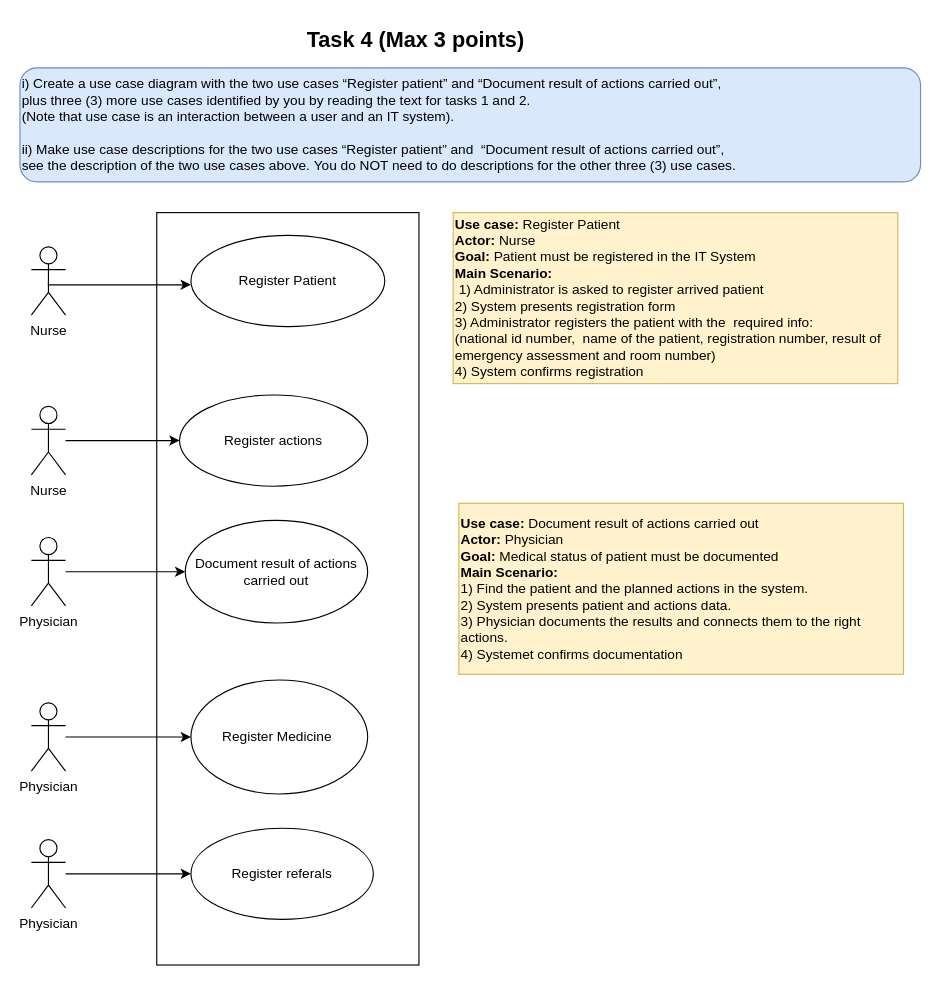
The draw.io diagram m-t-4.drawio in kestersimm/drawio, before the edit. Source tidied: cells renumbered, new cells numbered last; positions are measured from the earlier drawing's top-left corner, leaving out a move shared by most shapes. Both pictures are drawn from the tidied source at 114%, with x=0, y=0 at pixel (19, 19).
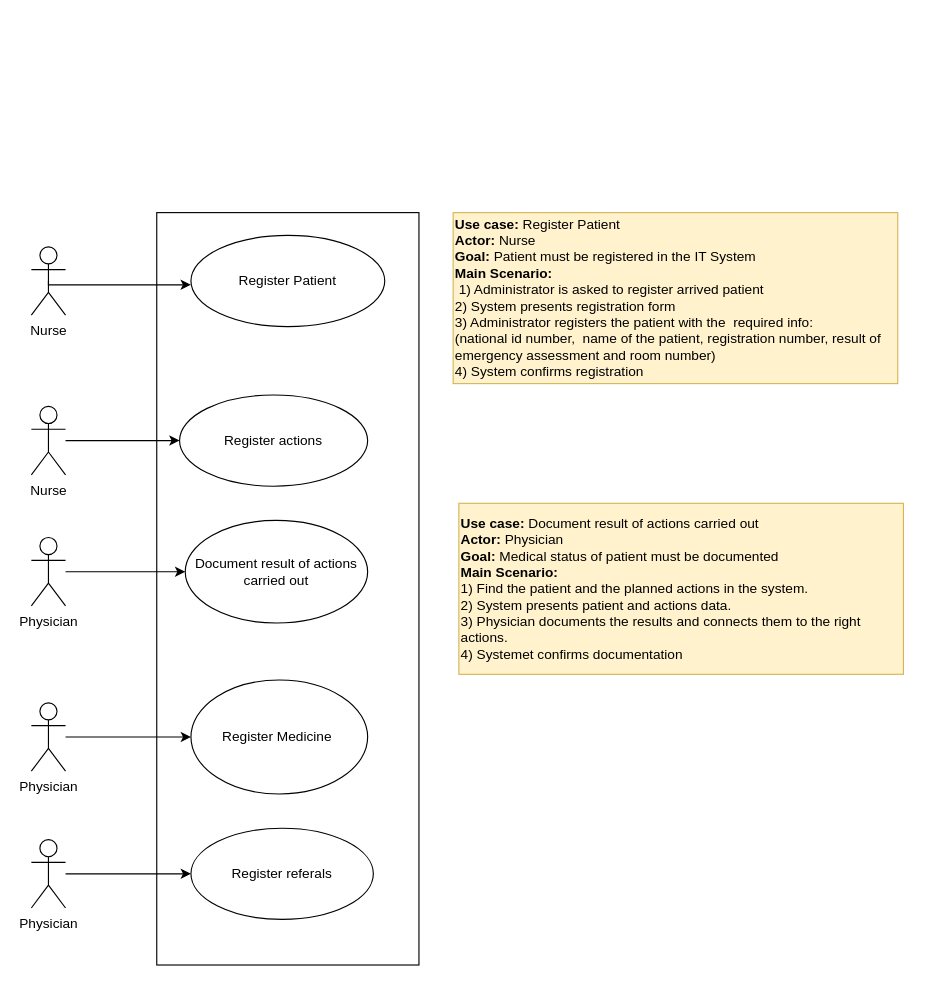
Above is the later version.

Change to the diagram source:
```diff
@@
-    <mxCell id="20" value="&lt;font style=&quot;font-size: 19px&quot;&gt;&lt;b&gt;Task 4 (Max 3 points)&lt;/b&gt;&lt;/font&gt;" style="text;html=1;" parent="1" vertex="1">
-      <mxGeometry x="250" width="140" height="30" as="geometry" />
-    </mxCell>
-    <mxCell id="21" value="i) Create a use case diagram with the two use cases “Register patient” and “Document result of actions carried out”,&amp;nbsp;&lt;br&gt;plus three (3) more use cases identified by you by reading the text for tasks 1 and 2.&amp;nbsp;&lt;br&gt;(Note that use case is an interaction between a user and an IT system).&lt;br&gt;&lt;br&gt;&lt;div&gt;ii) Make use case descriptions for the two use cases “Register patient” and&amp;nbsp;&amp;nbsp;&lt;span&gt;“Document result of actions carried out”,&amp;nbsp;&lt;/span&gt;&lt;/div&gt;&lt;div&gt;see the description of the two use cases above.&amp;nbsp;&lt;span&gt;You do NOT need to do descriptions&amp;nbsp;&lt;/span&gt;&lt;span&gt;for the other three (3) use cases.&lt;/span&gt;&lt;/div&gt;" style="rounded=1;whiteSpace=wrap;html=1;align=left;fillColor=#dae8fc;strokeColor=#6c8ebf;" parent="1" vertex="1">
-      <mxGeometry y="42" width="790" height="100" as="geometry" />
-    </mxCell>
```
